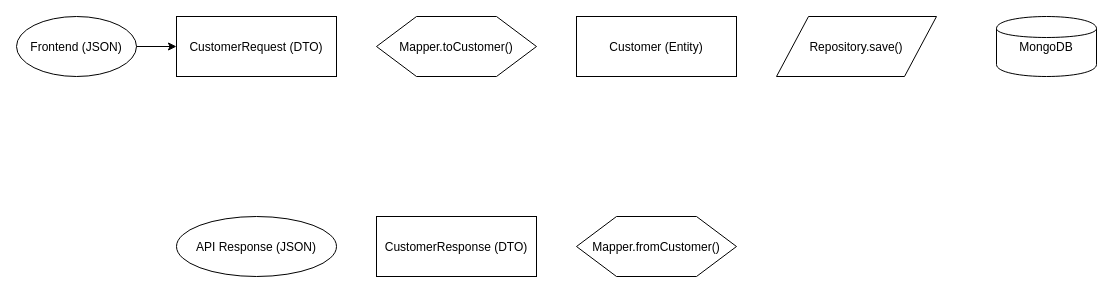
The draw.io diagram diagrams/customer-flow.drawio in claivent/microservices-full-code, before the edit. Source tidied: cells renumbered, new cells numbered last; positions are measured from the earlier drawing's top-left corner, leaving out a move shared by most shapes. Both pictures are drawn from the tidied source at 100%, with x=0, y=0 at pixel (16, 16).
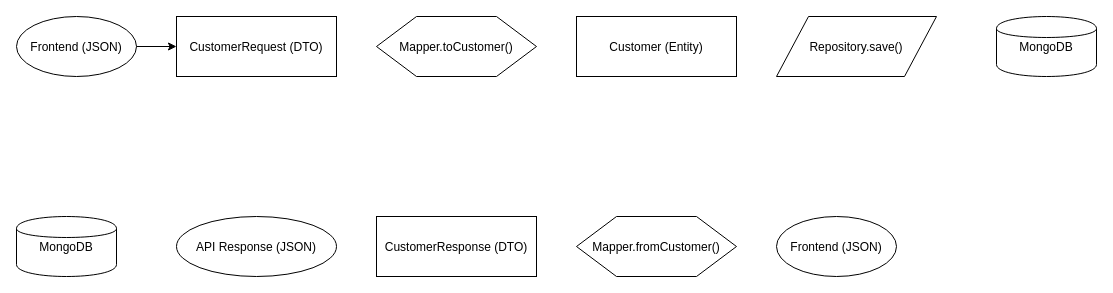
The same page after the edit.

What changed in the source:
```diff
@@
 <mxGraphModel>
   <root>
     <mxCell id="0" />
     <mxCell id="1" parent="0" />
     <mxCell id="2" value="Frontend (JSON)" style="shape=ellipse;fill=#dae8fc;stroke=#6c8ebf;" parent="1" vertex="1">
       <mxGeometry width="120" height="60" as="geometry" />
     </mxCell>
     <mxCell id="3" value="CustomerRequest (DTO)" style="shape=rectangle;fill=#ffe6cc;stroke=#d79b00;" parent="1" vertex="1">
       <mxGeometry x="160" width="160" height="60" as="geometry" />
     </mxCell>
     <mxCell id="4" value="Mapper.toCustomer()" style="shape=hexagon;fill=#d5e8d4;stroke=#82b366;" parent="1" vertex="1">
       <mxGeometry x="360" width="160" height="60" as="geometry" />
     </mxCell>
     <mxCell id="5" value="Customer (Entity)" style="shape=rectangle;fill=#fff2cc;stroke=#d6b656;" parent="1" vertex="1">
       <mxGeometry x="560" width="160" height="60" as="geometry" />
     </mxCell>
     <mxCell id="6" value="Repository.save()" style="shape=parallelogram;fill=#f8cecc;stroke=#b85450;" parent="1" vertex="1">
       <mxGeometry x="760" width="160" height="60" as="geometry" />
     </mxCell>
     <mxCell id="7" value="MongoDB" style="shape=cylinder;fill=#e1d5e7;stroke=#9673a6;" parent="1" vertex="1">
       <mxGeometry x="980" width="100" height="60" as="geometry" />
     </mxCell>
     <mxCell id="8" value="Mapper.fromCustomer()" style="shape=hexagon;fill=#d5e8d4;stroke=#82b366;" parent="1" vertex="1">
       <mxGeometry x="560" y="200" width="160" height="60" as="geometry" />
     </mxCell>
     <mxCell id="9" value="CustomerResponse (DTO)" style="shape=rectangle;fill=#ffe6cc;stroke=#d79b00;" parent="1" vertex="1">
       <mxGeometry x="360" y="200" width="160" height="60" as="geometry" />
     </mxCell>
     <mxCell id="10" value="API Response (JSON)" style="shape=ellipse;fill=#dae8fc;stroke=#6c8ebf;" parent="1" vertex="1">
       <mxGeometry x="160" y="200" width="160" height="60" as="geometry" />
     </mxCell>
     <mxCell id="11" parent="1" edge="1" source="2" target="3">
       <mxGeometry relative="1" as="geometry" />
     </mxCell>
+    <mxCell id="12" value="Frontend (JSON)" style="shape=ellipse;fill=#dae8fc;stroke=#6c8ebf;" parent="1" vertex="1">
+      <mxGeometry x="760" y="200" width="120" height="60" as="geometry" />
+    </mxCell>
+    <mxCell id="13" value="MongoDB" style="shape=cylinder;fill=#e1d5e7;stroke=#9673a6;" parent="1" vertex="1">
+      <mxGeometry y="200" width="100" height="60" as="geometry" />
+    </mxCell>
   </root>
 </mxGraphModel>
```
